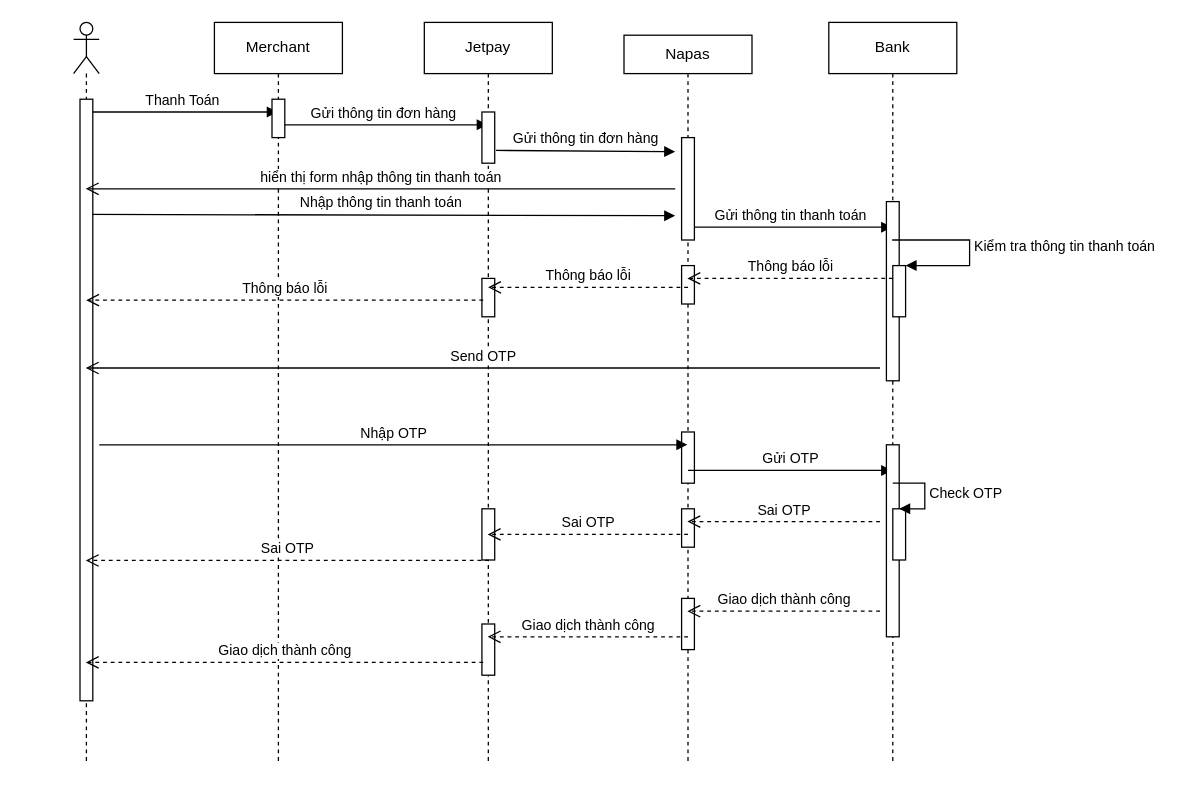
This is NAPAS.drawio from BUIVANHA/websiteDome, a draw.io file, before an edit. Source tidied: cells renumbered, new cells numbered last; positions are measured from the earlier drawing's top-left corner, leaving out a move shared by most shapes. Both pictures are drawn from the tidied source at 128%, with x=0, y=0 at pixel (73, 22).
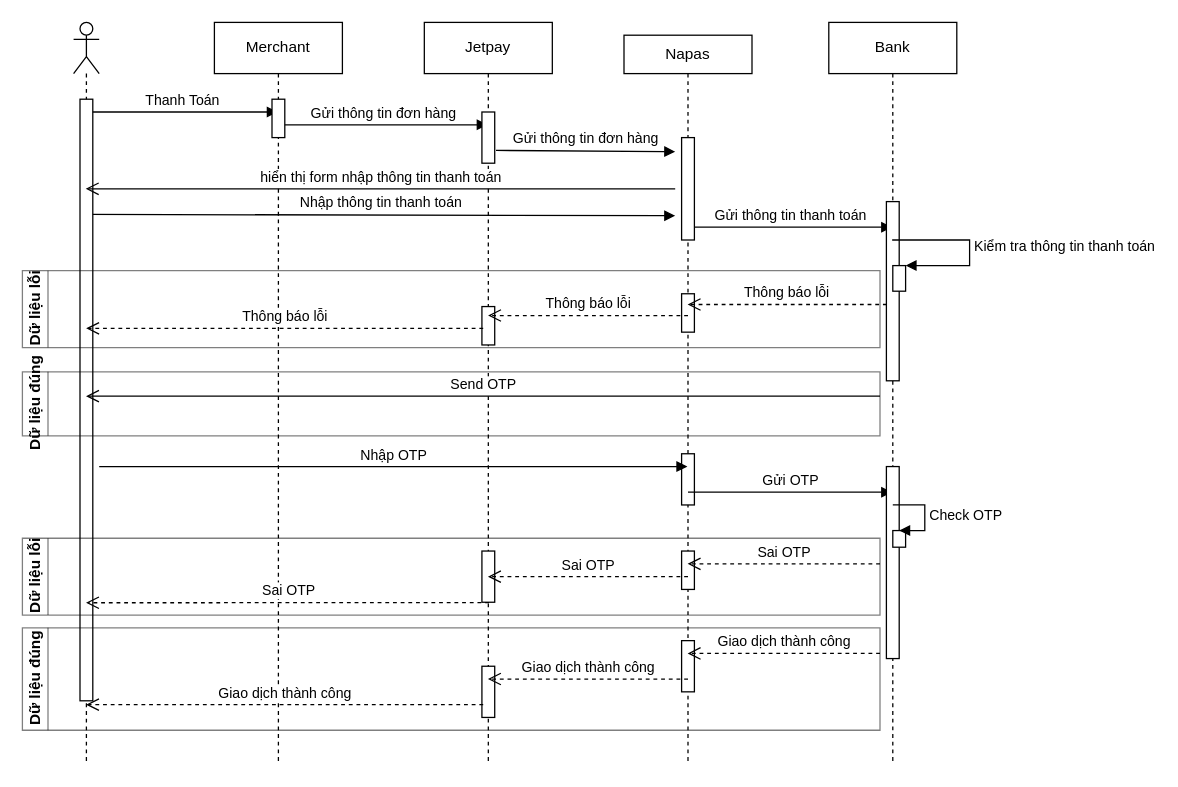
The same page after the edit.

The change refers to these unchanged cells:
```xml
<mxCell id="2" style="shape=umlLifeline;participant=umlActor;perimeter=lifelinePerimeter;whiteSpace=wrap;html=1;verticalAlign=top;spacingTop=36;outlineConnect=0;" parent="1" vertex="1">
  <mxGeometry width="20" height="580" as="geometry" />
</mxCell>
<mxCell id="9" value="Jetpay" style="shape=umlLifeline;perimeter=lifelinePerimeter;whiteSpace=wrap;html=1;outlineConnect=0;" parent="1" vertex="1">
  <mxGeometry x="274" width="100" height="580" as="geometry" />
</mxCell>
<mxCell id="15" value="Napas" style="shape=umlLifeline;perimeter=lifelinePerimeter;whiteSpace=wrap;html=1;outlineConnect=0;size=30;" parent="1" vertex="1">
  <mxGeometry x="430" y="10" width="100" height="570" as="geometry" />
</mxCell>
<mxCell id="23" value="Bank" style="shape=umlLifeline;perimeter=lifelinePerimeter;whiteSpace=wrap;html=1;outlineConnect=0;" parent="1" vertex="1">
  <mxGeometry x="590" width="100" height="580" as="geometry" />
</mxCell>
```

Diff of the diagram source:
```diff
@@
     <mxCell id="12" style="html=1;perimeter=orthogonalPerimeter;" parent="9" vertex="1">
-      <mxGeometry x="45" y="200" width="10" height="30" as="geometry" />
+      <mxGeometry x="45" y="222" width="10" height="30" as="geometry" />
     </mxCell>
     <mxCell id="13" style="html=1;points=[];perimeter=orthogonalPerimeter;" parent="9" vertex="1">
-      <mxGeometry x="45" y="380" width="10" height="40" as="geometry" />
+      <mxGeometry x="45" y="413" width="10" height="40" as="geometry" />
     </mxCell>
     <mxCell id="14" style="html=1;perimeter=orthogonalPerimeter;" parent="9" vertex="1">
-      <mxGeometry x="45" y="470" width="10" height="40" as="geometry" />
+      <mxGeometry x="45" y="503" width="10" height="40" as="geometry" />
     </mxCell>
@@
     <mxCell id="18" style="html=1;perimeter=orthogonalPerimeter;" parent="15" vertex="1">
-      <mxGeometry x="45" y="180" width="10" height="30" as="geometry" />
+      <mxGeometry x="45" y="202" width="10" height="30" as="geometry" />
     </mxCell>
     <mxCell id="19" style="html=1;perimeter=orthogonalPerimeter;" parent="15" vertex="1">
-      <mxGeometry x="45" y="310" width="10" height="40" as="geometry" />
+      <mxGeometry x="45" y="327" width="10" height="40" as="geometry" />
     </mxCell>
-    <mxCell id="20" value="Gửi OTP" style="html=1;verticalAlign=bottom;endArrow=block;" parent="15" edge="1" target="23">
+    <mxCell id="20" value="Gửi OTP" style="html=1;verticalAlign=bottom;endArrow=block;" parent="15" edge="1">
       <mxGeometry relative="1" as="geometry">
-        <mxPoint x="50" y="340" as="sourcePoint" />
+        <mxPoint x="50" y="357" as="sourcePoint" />
+        <mxPoint x="209.5" y="357" as="targetPoint" />
       </mxGeometry>
     </mxCell>
     <mxCell id="21" style="html=1;perimeter=orthogonalPerimeter;" parent="15" vertex="1">
-      <mxGeometry x="45" y="370" width="10" height="30" as="geometry" />
+      <mxGeometry x="45" y="403" width="10" height="30" as="geometry" />
     </mxCell>
     <mxCell id="22" style="html=1;perimeter=orthogonalPerimeter;" parent="15" vertex="1">
-      <mxGeometry x="45" y="440" width="10" height="40" as="geometry" />
+      <mxGeometry x="45" y="473" width="10" height="40" as="geometry" />
     </mxCell>
@@
     <mxCell id="25" style="html=1;perimeter=orthogonalPerimeter;" parent="23" vertex="1">
-      <mxGeometry x="45" y="330" width="10" height="150" as="geometry" />
+      <mxGeometry x="45" y="347" width="10" height="150" as="geometry" />
     </mxCell>
     <mxCell id="26" style="html=1;points=[];perimeter=orthogonalPerimeter;" parent="23" vertex="1">
-      <mxGeometry x="50" y="190" width="10" height="40" as="geometry" />
+      <mxGeometry x="50" y="190" width="10" height="20" as="geometry" />
     </mxCell>
@@
-    <mxCell id="29" value="Thông báo lỗi" style="html=1;verticalAlign=bottom;endArrow=open;dashed=1;endSize=8;" parent="1" edge="1" target="15">
+    <mxCell id="29" value="Thông báo lỗi" style="html=1;verticalAlign=bottom;endArrow=open;dashed=1;endSize=8;exitX=0.026;exitY=0.424;exitDx=0;exitDy=0;exitPerimeter=0;" parent="1" edge="1">
       <mxGeometry relative="1" as="geometry">
-        <mxPoint x="640" y="200" as="sourcePoint" />
+        <mxPoint x="635.3" y="220.4" as="sourcePoint" />
+        <mxPoint x="479.7" y="220.4" as="targetPoint" />
       </mxGeometry>
     </mxCell>
     <mxCell id="30" value="Thông báo lỗi" style="html=1;verticalAlign=bottom;endArrow=open;dashed=1;endSize=8;" parent="1" edge="1">
       <mxGeometry relative="1" as="geometry">
-        <mxPoint x="480" y="207" as="sourcePoint" />
-        <mxPoint x="323.8" y="207" as="targetPoint" />
+        <mxPoint x="480" y="229" as="sourcePoint" />
+        <mxPoint x="323.8" y="229" as="targetPoint" />
       </mxGeometry>
     </mxCell>
     <mxCell id="31" value="Thông báo lỗi" style="html=1;verticalAlign=bottom;endArrow=open;dashed=1;endSize=8;" parent="1" edge="1">
       <mxGeometry relative="1" as="geometry">
-        <mxPoint x="320" y="217" as="sourcePoint" />
-        <mxPoint x="9.8" y="217" as="targetPoint" />
+        <mxPoint x="320" y="239" as="sourcePoint" />
+        <mxPoint x="9.8" y="239" as="targetPoint" />
       </mxGeometry>
     </mxCell>
-    <mxCell id="32" value="Send OTP" style="html=1;verticalAlign=bottom;endArrow=open;endSize=8;" parent="1" edge="1" target="2">
+    <mxCell id="32" value="Send OTP" style="html=1;verticalAlign=bottom;endArrow=open;endSize=8;" parent="1" edge="1">
       <mxGeometry relative="1" as="geometry">
-        <mxPoint x="630" y="270" as="sourcePoint" />
+        <mxPoint x="630" y="292" as="sourcePoint" />
+        <mxPoint x="9.7" y="292" as="targetPoint" />
       </mxGeometry>
     </mxCell>
-    <mxCell id="33" value="Nhập OTP" style="html=1;verticalAlign=bottom;endArrow=block;" parent="1" edge="1" target="15">
+    <mxCell id="33" value="Nhập OTP" style="html=1;verticalAlign=bottom;endArrow=block;" parent="1" edge="1">
       <mxGeometry relative="1" as="geometry">
-        <mxPoint x="20" y="330" as="sourcePoint" />
+        <mxPoint x="20" y="347" as="sourcePoint" />
+        <mxPoint x="479.5" y="347" as="targetPoint" />
       </mxGeometry>
     </mxCell>
-    <mxCell id="34" value="Sai OTP" style="html=1;verticalAlign=bottom;endArrow=open;dashed=1;endSize=8;" parent="1" edge="1" target="15">
+    <mxCell id="34" value="Sai OTP" style="html=1;verticalAlign=bottom;endArrow=open;dashed=1;endSize=8;" parent="1" edge="1">
       <mxGeometry relative="1" as="geometry">
-        <mxPoint x="630" y="390" as="sourcePoint" />
+        <mxPoint x="630" y="423" as="sourcePoint" />
+        <mxPoint x="479.7" y="423" as="targetPoint" />
       </mxGeometry>
     </mxCell>
-    <mxCell id="35" value="Sai OTP" style="html=1;verticalAlign=bottom;endArrow=open;dashed=1;endSize=8;" parent="1" edge="1" target="9">
+    <mxCell id="35" value="Sai OTP" style="html=1;verticalAlign=bottom;endArrow=open;dashed=1;endSize=8;" parent="1" edge="1">
       <mxGeometry relative="1" as="geometry">
-        <mxPoint x="480" y="400" as="sourcePoint" />
+        <mxPoint x="480" y="433" as="sourcePoint" />
+        <mxPoint x="323.7" y="433" as="targetPoint" />
       </mxGeometry>
     </mxCell>
-    <mxCell id="36" value="Sai OTP" style="html=1;verticalAlign=bottom;endArrow=open;dashed=1;endSize=8;exitX=0.552;exitY=1.009;exitDx=0;exitDy=0;exitPerimeter=0;" parent="1" edge="1" source="13" target="2">
-      <mxGeometry relative="1" as="geometry" />
+    <mxCell id="36" value="Sai OTP" style="html=1;verticalAlign=bottom;endArrow=open;dashed=1;endSize=8;exitX=0.552;exitY=1.009;exitDx=0;exitDy=0;exitPerimeter=0;" parent="1" edge="1" source="13">
+      <mxGeometry relative="1" as="geometry">
+        <mxPoint x="9.7" y="453.4" as="targetPoint" />
+      </mxGeometry>
     </mxCell>
-    <mxCell id="37" value="Giao dịch thành công" style="html=1;verticalAlign=bottom;endArrow=open;dashed=1;endSize=8;" parent="1" edge="1" target="15">
+    <mxCell id="37" value="Giao dịch thành công" style="html=1;verticalAlign=bottom;endArrow=open;dashed=1;endSize=8;" parent="1" edge="1">
       <mxGeometry relative="1" as="geometry">
-        <mxPoint x="630" y="460" as="sourcePoint" />
+        <mxPoint x="630" y="493" as="sourcePoint" />
+        <mxPoint x="479.7" y="493" as="targetPoint" />
       </mxGeometry>
     </mxCell>
-    <mxCell id="38" value="Giao dịch thành công" style="html=1;verticalAlign=bottom;endArrow=open;dashed=1;endSize=8;" parent="1" edge="1" target="9">
+    <mxCell id="38" value="Giao dịch thành công" style="html=1;verticalAlign=bottom;endArrow=open;dashed=1;endSize=8;" parent="1" edge="1">
       <mxGeometry relative="1" as="geometry">
-        <mxPoint x="480" y="480" as="sourcePoint" />
+        <mxPoint x="480" y="513" as="sourcePoint" />
+        <mxPoint x="323.7" y="513" as="targetPoint" />
       </mxGeometry>
     </mxCell>
-    <mxCell id="39" value="Giao dịch thành công" style="html=1;verticalAlign=bottom;endArrow=open;dashed=1;endSize=8;" parent="1" edge="1" target="2">
+    <mxCell id="39" value="Giao dịch thành công" style="html=1;verticalAlign=bottom;endArrow=open;dashed=1;endSize=8;" parent="1" edge="1">
       <mxGeometry relative="1" as="geometry">
-        <mxPoint x="320" y="500" as="sourcePoint" />
+        <mxPoint x="320" y="533" as="sourcePoint" />
+        <mxPoint x="9.7" y="533" as="targetPoint" />
       </mxGeometry>
     </mxCell>
     <mxCell id="40" style="html=1;perimeter=orthogonalPerimeter;" parent="1" vertex="1">
-      <mxGeometry x="640" y="380" width="10" height="40" as="geometry" />
+      <mxGeometry x="640" y="397" width="10" height="13" as="geometry" />
     </mxCell>
     <mxCell id="41" value="Check OTP" style="edgeStyle=orthogonalEdgeStyle;html=1;align=left;spacingLeft=2;endArrow=block;rounded=0;entryX=1;entryY=0;" parent="1" edge="1">
       <mxGeometry relative="1" as="geometry">
-        <mxPoint x="640" y="360" as="sourcePoint" />
-        <mxPoint x="645" y="380" as="targetPoint" />
+        <mxPoint x="640" y="377" as="sourcePoint" />
+        <mxPoint x="645" y="397" as="targetPoint" />
         <Array as="points">
-          <mxPoint x="665" y="360" />
+          <mxPoint x="665" y="377" />
         </Array>
       </mxGeometry>
     </mxCell>
+    <mxCell id="42" value="Dữ liệu lỗi" style="swimlane;html=1;horizontal=0;startSize=20;opacity=50;" parent="1" vertex="1">
+      <mxGeometry x="-40" y="194" width="670" height="60" as="geometry" />
+    </mxCell>
+    <mxCell id="43" value="Dữ liệu đúng" style="swimlane;html=1;horizontal=0;startSize=20;opacity=50;" parent="1" vertex="1">
+      <mxGeometry x="-40" y="273" width="670" height="50" as="geometry" />
+    </mxCell>
+    <mxCell id="44" value="Dữ liệu lỗi" style="swimlane;html=1;horizontal=0;startSize=20;opacity=50;" parent="1" vertex="1">
+      <mxGeometry x="-40" y="403" width="670" height="60" as="geometry" />
+    </mxCell>
+    <mxCell id="45" value="Dữ liệu đúng" style="swimlane;html=1;horizontal=0;startSize=20;opacity=50;" parent="1" vertex="1">
+      <mxGeometry x="-40" y="473" width="670" height="80" as="geometry" />
+    </mxCell>
```
